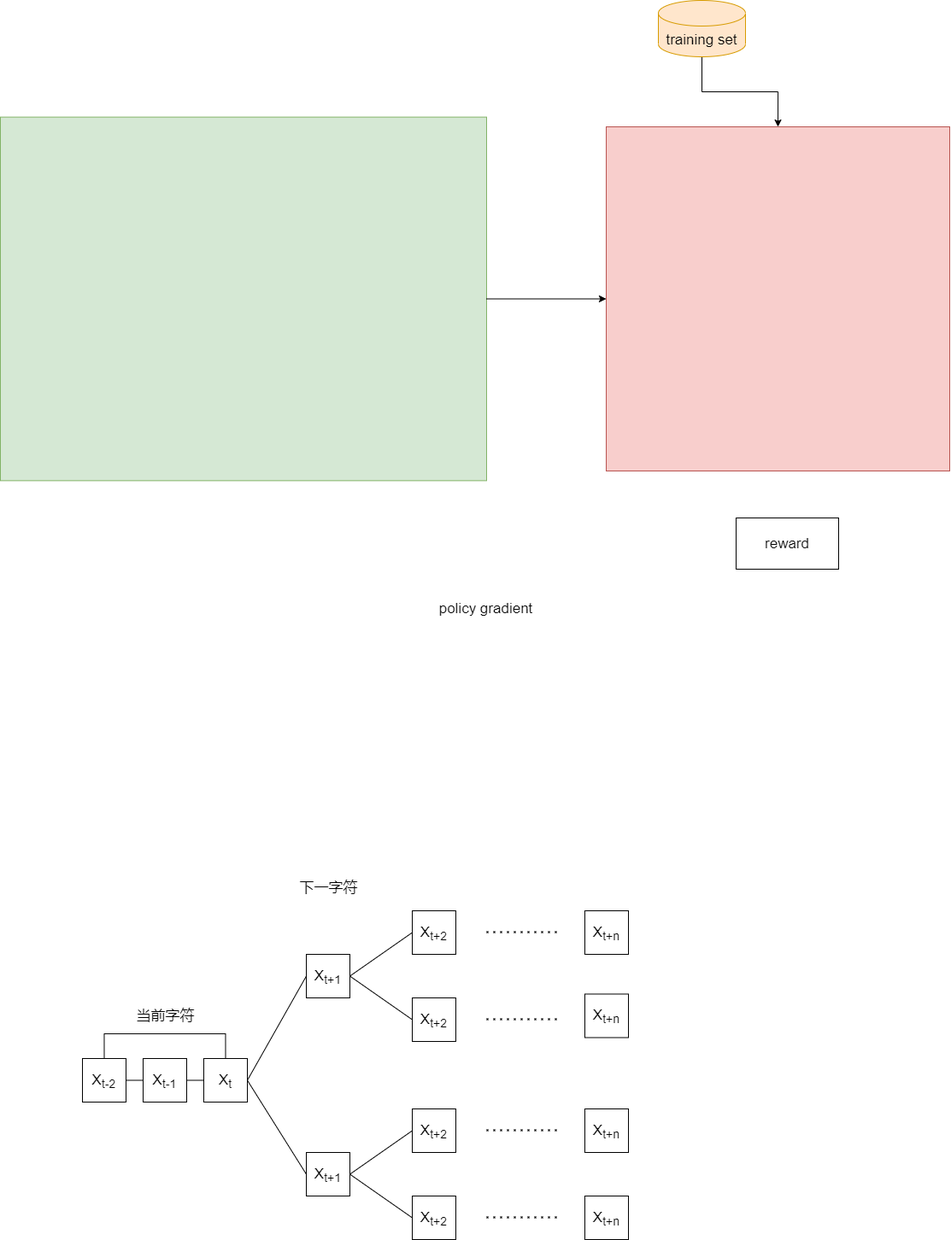
This is seqgan.drawio.png from lakomi/pictures, a draw.io export, as it was before one commit. Source tidied: cells renumbered, new cells last; positions are measured from the earlier drawing's top-left corner, leaving out a move shared by most shapes.
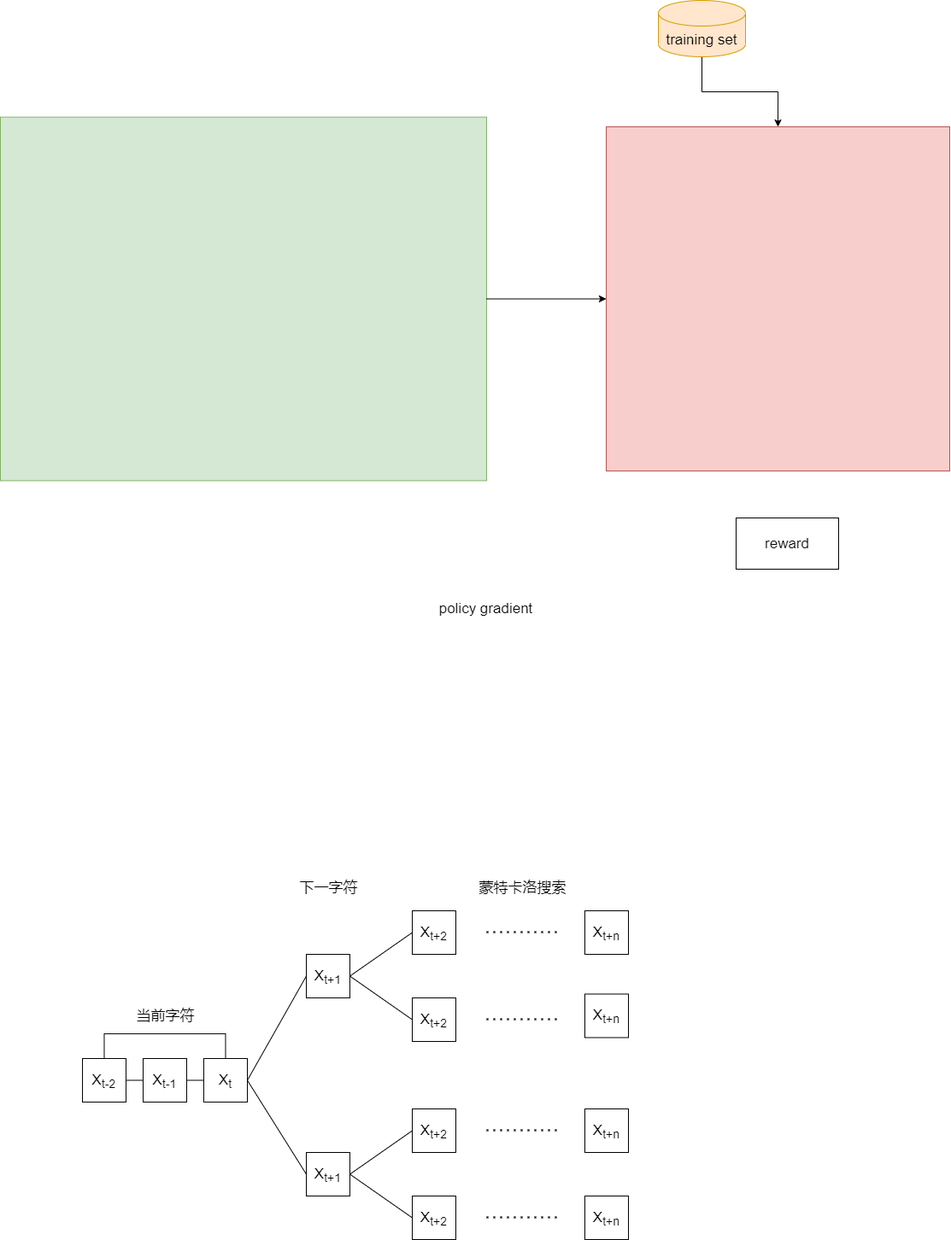
Later version of the same file.

Diff of the diagram source:
```diff
@@ -136,5 +136,8 @@
     <mxCell id="36" value="X&lt;sub&gt;t+n&lt;/sub&gt;" style="rounded=0;whiteSpace=wrap;html=1;fontSize=17;" parent="1" vertex="1">
       <mxGeometry x="684" y="1400" width="51" height="51" as="geometry" />
     </mxCell>
+    <mxCell id="37" value="蒙特卡洛搜索" style="text;html=1;align=center;verticalAlign=middle;strokeColor=none;fillColor=none;fontSize=17;" parent="1" vertex="1">
+      <mxGeometry x="555" y="1027" width="112" height="24" as="geometry" />
+    </mxCell>
   </root>
 </mxGraphModel>
```
